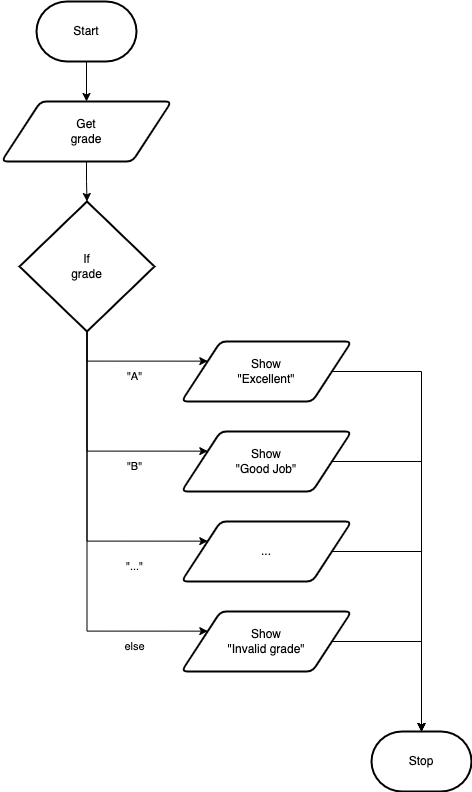
Mr-Coxall/Computer-Based-Problem-Solving keeps this draw.io diagram as docs/structured-problem-solving/images/top-down-select-case.png. Above is the earlier version. Source tidied: cells renumbered, new cells last; positions are measured from the earlier drawing's top-left corner, leaving out a move shared by most shapes.
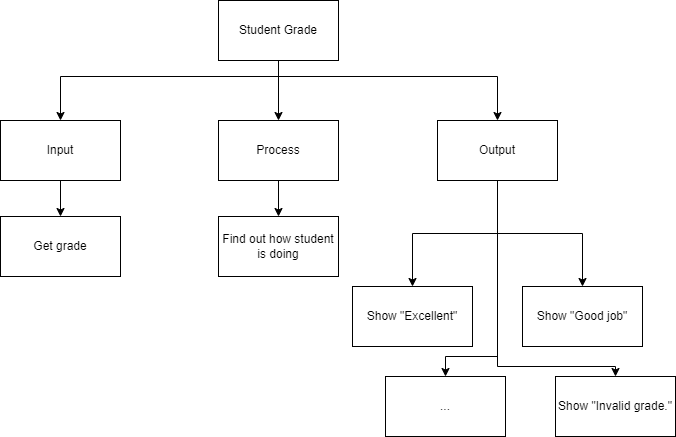
Above is the later version.

Commit message:
select case top down fix

Diff of the diagram source:
```diff
@@ -2,98 +2,82 @@
   <root>
     <mxCell id="0" />
     <mxCell id="1" parent="0" />
+    <mxCell id="25" style="edgeStyle=orthogonalEdgeStyle;html=1;rounded=0;" parent="1" edge="1" source="28" target="29">
+      <mxGeometry relative="1" as="geometry" />
+    </mxCell>
+    <mxCell id="26" style="edgeStyle=orthogonalEdgeStyle;shape=connector;rounded=0;html=1;labelBackgroundColor=default;strokeColor=default;fontFamily=Helvetica;fontSize=11;fontColor=default;endArrow=classic;" parent="1" edge="1" source="28" target="31">
+      <mxGeometry relative="1" as="geometry">
+        <Array as="points">
+          <mxPoint x="73" y="220" />
+          <mxPoint x="-145" y="220" />
+        </Array>
+      </mxGeometry>
+    </mxCell>
+    <mxCell id="27" style="edgeStyle=orthogonalEdgeStyle;shape=connector;rounded=0;html=1;labelBackgroundColor=default;strokeColor=default;fontFamily=Helvetica;fontSize=11;fontColor=default;endArrow=classic;" parent="1" edge="1" source="28" target="35">
+      <mxGeometry relative="1" as="geometry">
+        <Array as="points">
+          <mxPoint x="73" y="220" />
+          <mxPoint x="292" y="220" />
+        </Array>
+      </mxGeometry>
+    </mxCell>
+    <mxCell id="28" value="Student Grade" style="rounded=0;whiteSpace=wrap;html=1;" parent="1" vertex="1">
+      <mxGeometry x="13" y="144" width="120" height="60" as="geometry" />
+    </mxCell>
+    <mxCell id="5" style="edgeStyle=orthogonalEdgeStyle;html=1;rounded=0;" parent="1" edge="1" source="29" target="37">
+      <mxGeometry relative="1" as="geometry" />
+    </mxCell>
+    <mxCell id="29" value="Process" style="rounded=0;whiteSpace=wrap;html=1;" parent="1" vertex="1">
+      <mxGeometry x="13" y="264" width="120" height="60" as="geometry" />
+    </mxCell>
+    <mxCell id="30" style="edgeStyle=orthogonalEdgeStyle;shape=connector;rounded=0;html=1;labelBackgroundColor=default;strokeColor=default;fontFamily=Helvetica;fontSize=11;fontColor=default;endArrow=classic;" parent="1" edge="1" source="31" target="36">
+      <mxGeometry relative="1" as="geometry" />
+    </mxCell>
+    <mxCell id="31" value="Input" style="rounded=0;whiteSpace=wrap;html=1;" parent="1" vertex="1">
+      <mxGeometry x="-205" y="264" width="120" height="60" as="geometry" />
+    </mxCell>
+    <mxCell id="3" style="edgeStyle=orthogonalEdgeStyle;shape=connector;rounded=0;html=1;labelBackgroundColor=default;strokeColor=default;fontFamily=Helvetica;fontSize=11;fontColor=default;endArrow=classic;" parent="1" edge="1" source="35" target="38">
+      <mxGeometry relative="1" as="geometry" />
+    </mxCell>
+    <mxCell id="32" style="edgeStyle=orthogonalEdgeStyle;html=1;rounded=0;" parent="1" edge="1" source="35" target="2">
+      <mxGeometry relative="1" as="geometry" />
+    </mxCell>
+    <mxCell id="33" style="edgeStyle=orthogonalEdgeStyle;shape=connector;rounded=0;html=1;labelBackgroundColor=default;strokeColor=default;fontFamily=Helvetica;fontSize=11;fontColor=default;endArrow=classic;" parent="1" edge="1" source="35" target="39">
+      <mxGeometry relative="1" as="geometry">
+        <Array as="points">
+          <mxPoint x="292" y="510" />
+          <mxPoint x="410" y="510" />
+        </Array>
+      </mxGeometry>
+    </mxCell>
+    <mxCell id="34" style="edgeStyle=orthogonalEdgeStyle;shape=connector;rounded=0;html=1;labelBackgroundColor=default;strokeColor=default;fontFamily=Helvetica;fontSize=11;fontColor=default;endArrow=classic;" parent="1" edge="1" source="35" target="20">
+      <mxGeometry relative="1" as="geometry">
+        <Array as="points">
+          <mxPoint x="292" y="500" />
+          <mxPoint x="240" y="500" />
+        </Array>
+      </mxGeometry>
+    </mxCell>
+    <mxCell id="35" value="Output" style="rounded=0;whiteSpace=wrap;html=1;" parent="1" vertex="1">
+      <mxGeometry x="232" y="264" width="120" height="60" as="geometry" />
+    </mxCell>
+    <mxCell id="36" value="Get grade" style="rounded=0;whiteSpace=wrap;html=1;" parent="1" vertex="1">
+      <mxGeometry x="-205" y="360" width="120" height="60" as="geometry" />
+    </mxCell>
+    <mxCell id="37" value="Find out how student is doing" style="rounded=0;whiteSpace=wrap;html=1;" parent="1" vertex="1">
+      <mxGeometry x="13" y="360" width="120" height="60" as="geometry" />
+    </mxCell>
+    <mxCell id="38" value="Show &quot;Good job&quot;" style="rounded=0;whiteSpace=wrap;html=1;" parent="1" vertex="1">
+      <mxGeometry x="317" y="430" width="120" height="60" as="geometry" />
+    </mxCell>
-    <mxCell id="2" style="edgeStyle=orthogonalEdgeStyle;html=1;rounded=0;" parent="1" edge="1" source="3" target="5">
-      <mxGeometry relative="1" as="geometry" />
+    <mxCell id="2" value="Show &quot;Excellent&quot;" style="rounded=0;whiteSpace=wrap;html=1;" parent="1" vertex="1">
+      <mxGeometry x="147" y="430" width="120" height="60" as="geometry" />
     </mxCell>
-    <mxCell id="3" value="Start" style="strokeWidth=2;html=1;shape=mxgraph.flowchart.terminator;whiteSpace=wrap;" parent="1" vertex="1">
-      <mxGeometry x="35" width="100" height="60" as="geometry" />
-    </mxCell>
-    <mxCell id="4" style="edgeStyle=orthogonalEdgeStyle;html=1;rounded=0;" parent="1" edge="1" source="5" target="12">
-      <mxGeometry relative="1" as="geometry" />
-    </mxCell>
-    <mxCell id="5" value="Get&lt;br&gt;grade" style="shape=parallelogram;html=1;strokeWidth=2;perimeter=parallelogramPerimeter;whiteSpace=wrap;rounded=1;arcSize=12;size=0.23;" parent="1" vertex="1">
-      <mxGeometry y="100" width="170" height="60" as="geometry" />
-    </mxCell>
-    <mxCell id="6" value="Stop" style="strokeWidth=2;html=1;shape=mxgraph.flowchart.terminator;whiteSpace=wrap;" parent="1" vertex="1">
-      <mxGeometry x="370" y="730" width="100" height="60" as="geometry" />
-    </mxCell>
-    <mxCell id="7" style="edgeStyle=none;html=1;strokeColor=none;rounded=0;" parent="1" edge="1" source="12">
-      <mxGeometry relative="1" as="geometry">
-        <mxPoint x="85.1" y="390" as="targetPoint" />
-      </mxGeometry>
-    </mxCell>
-    <mxCell id="8" style="edgeStyle=orthogonalEdgeStyle;rounded=0;html=1;entryX=0;entryY=0.25;entryDx=0;entryDy=0;" parent="1" edge="1" source="12" target="15">
-      <mxGeometry relative="1" as="geometry">
-        <Array as="points">
-          <mxPoint x="86" y="360" />
-        </Array>
-      </mxGeometry>
-    </mxCell>
-    <mxCell id="9" style="edgeStyle=orthogonalEdgeStyle;rounded=0;html=1;entryX=0;entryY=0.25;entryDx=0;entryDy=0;" parent="1" edge="1" source="12" target="17">
-      <mxGeometry relative="1" as="geometry">
-        <Array as="points">
-          <mxPoint x="86" y="450" />
-        </Array>
-      </mxGeometry>
-    </mxCell>
-    <mxCell id="10" style="edgeStyle=orthogonalEdgeStyle;rounded=0;html=1;entryX=0;entryY=0.25;entryDx=0;entryDy=0;" parent="1" edge="1" source="12" target="22">
-      <mxGeometry relative="1" as="geometry">
-        <Array as="points">
-          <mxPoint x="86" y="630" />
-        </Array>
-      </mxGeometry>
-    </mxCell>
-    <mxCell id="11" style="edgeStyle=orthogonalEdgeStyle;rounded=0;html=1;entryX=0;entryY=0.25;entryDx=0;entryDy=0;" parent="1" edge="1" source="12" target="20">
-      <mxGeometry relative="1" as="geometry">
-        <Array as="points">
-          <mxPoint x="86" y="540" />
-        </Array>
-      </mxGeometry>
-    </mxCell>
-    <mxCell id="12" value="If&lt;br&gt;grade" style="strokeWidth=2;html=1;shape=mxgraph.flowchart.decision;whiteSpace=wrap;" parent="1" vertex="1">
-      <mxGeometry x="18" y="200" width="135" height="130" as="geometry" />
-    </mxCell>
-    <mxCell id="13" value="&quot;A&quot;" style="text;html=1;align=center;verticalAlign=middle;strokeColor=none;fillColor=none;fontSize=11;fontFamily=Helvetica;fontColor=default;" parent="1" vertex="1">
-      <mxGeometry x="113" y="360" width="40" height="30" as="geometry" />
-    </mxCell>
-    <mxCell id="14" style="edgeStyle=orthogonalEdgeStyle;rounded=0;html=1;" parent="1" edge="1" source="15">
-      <mxGeometry relative="1" as="geometry">
-        <mxPoint x="420" y="730" as="targetPoint" />
-      </mxGeometry>
-    </mxCell>
-    <mxCell id="15" value="Show&lt;br&gt;&quot;Excellent&quot;" style="shape=parallelogram;html=1;strokeWidth=2;perimeter=parallelogramPerimeter;whiteSpace=wrap;rounded=1;arcSize=12;size=0.23;" parent="1" vertex="1">
-      <mxGeometry x="180" y="340" width="170" height="60" as="geometry" />
-    </mxCell>
-    <mxCell id="16" style="edgeStyle=orthogonalEdgeStyle;rounded=0;html=1;" parent="1" edge="1" source="17">
-      <mxGeometry relative="1" as="geometry">
-        <mxPoint x="420" y="730" as="targetPoint" />
-      </mxGeometry>
-    </mxCell>
-    <mxCell id="17" value="Show&lt;br&gt;&quot;Good Job&quot;" style="shape=parallelogram;html=1;strokeWidth=2;perimeter=parallelogramPerimeter;whiteSpace=wrap;rounded=1;arcSize=12;size=0.23;" parent="1" vertex="1">
-      <mxGeometry x="180" y="430" width="170" height="60" as="geometry" />
-    </mxCell>
-    <mxCell id="18" value="&quot;B&quot;" style="text;html=1;align=center;verticalAlign=middle;strokeColor=none;fillColor=none;fontSize=11;fontFamily=Helvetica;fontColor=default;" parent="1" vertex="1">
-      <mxGeometry x="113" y="450" width="40" height="30" as="geometry" />
-    </mxCell>
-    <mxCell id="19" style="edgeStyle=orthogonalEdgeStyle;rounded=0;html=1;" parent="1" edge="1" source="20" target="6">
-      <mxGeometry relative="1" as="geometry" />
-    </mxCell>
+    <mxCell id="39" value="Show &quot;Invalid grade.&quot;" style="rounded=0;whiteSpace=wrap;html=1;" parent="1" vertex="1">
+      <mxGeometry x="350" y="520" width="120" height="60" as="geometry" />
+    </mxCell>
-    <mxCell id="20" value="..." style="shape=parallelogram;html=1;strokeWidth=2;perimeter=parallelogramPerimeter;whiteSpace=wrap;rounded=1;arcSize=12;size=0.23;" parent="1" vertex="1">
-      <mxGeometry x="180" y="520" width="170" height="60" as="geometry" />
+    <mxCell id="20" value="..." style="rounded=0;whiteSpace=wrap;html=1;" parent="1" vertex="1">
+      <mxGeometry x="180" y="520" width="120" height="60" as="geometry" />
     </mxCell>
-    <mxCell id="21" style="edgeStyle=orthogonalEdgeStyle;rounded=0;html=1;" parent="1" edge="1" source="22">
-      <mxGeometry relative="1" as="geometry">
-        <mxPoint x="420" y="730" as="targetPoint" />
-      </mxGeometry>
-    </mxCell>
-    <mxCell id="22" value="Show&lt;br&gt;&quot;Invalid grade&quot;" style="shape=parallelogram;html=1;strokeWidth=2;perimeter=parallelogramPerimeter;whiteSpace=wrap;rounded=1;arcSize=12;size=0.23;" parent="1" vertex="1">
-      <mxGeometry x="180" y="610" width="170" height="60" as="geometry" />
-    </mxCell>
-    <mxCell id="23" value="&quot;...&quot;" style="text;html=1;align=center;verticalAlign=middle;strokeColor=none;fillColor=none;fontSize=11;fontFamily=Helvetica;fontColor=default;" parent="1" vertex="1">
-      <mxGeometry x="113" y="550" width="40" height="30" as="geometry" />
-    </mxCell>
-    <mxCell id="24" value="else" style="text;html=1;align=center;verticalAlign=middle;strokeColor=none;fillColor=none;fontSize=11;fontFamily=Helvetica;fontColor=default;" parent="1" vertex="1">
-      <mxGeometry x="113" y="630" width="40" height="30" as="geometry" />
-    </mxCell>
   </root>
 </mxGraphModel>
```
